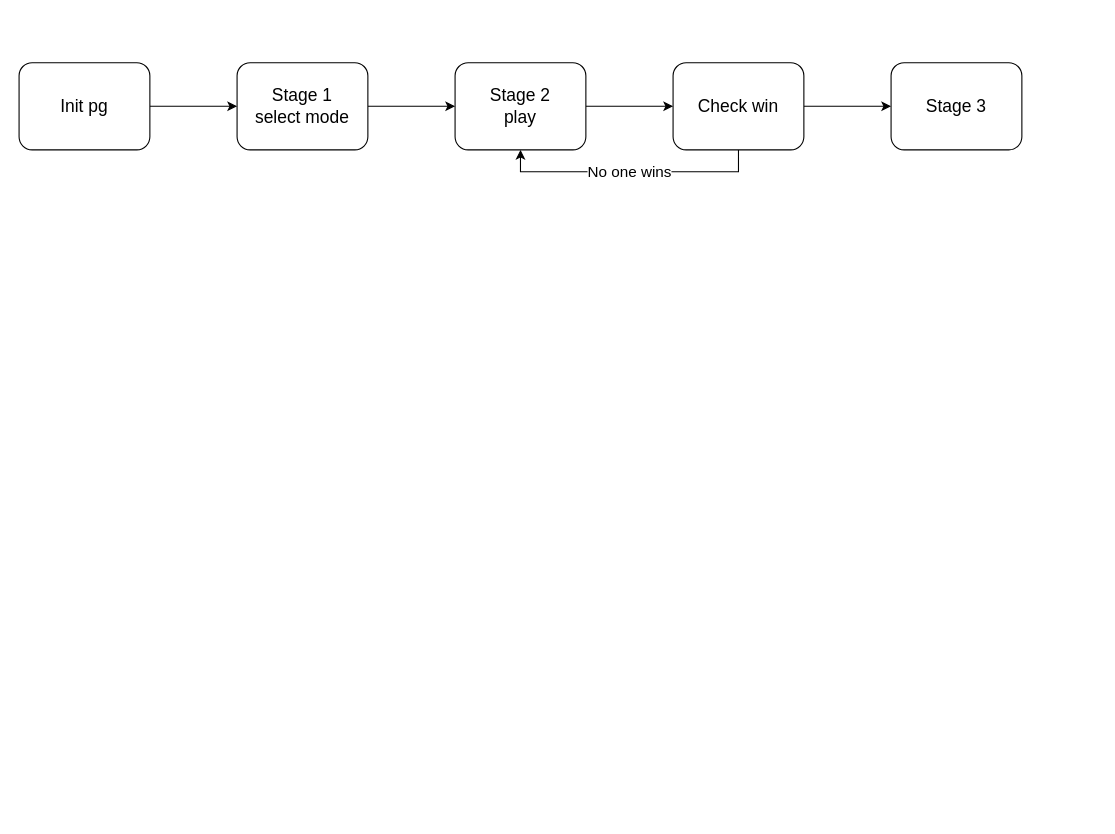
Before: flowchart.drawio in limlleonard/game1_four_in_a_row, a draw.io diagram. Source tidied: cells renumbered, new cells numbered last; positions are measured from the earlier drawing's top-left corner, leaving out a move shared by most shapes. Both pictures are drawn from the tidied source at 109%, with x=0, y=0 at pixel (19, 62).
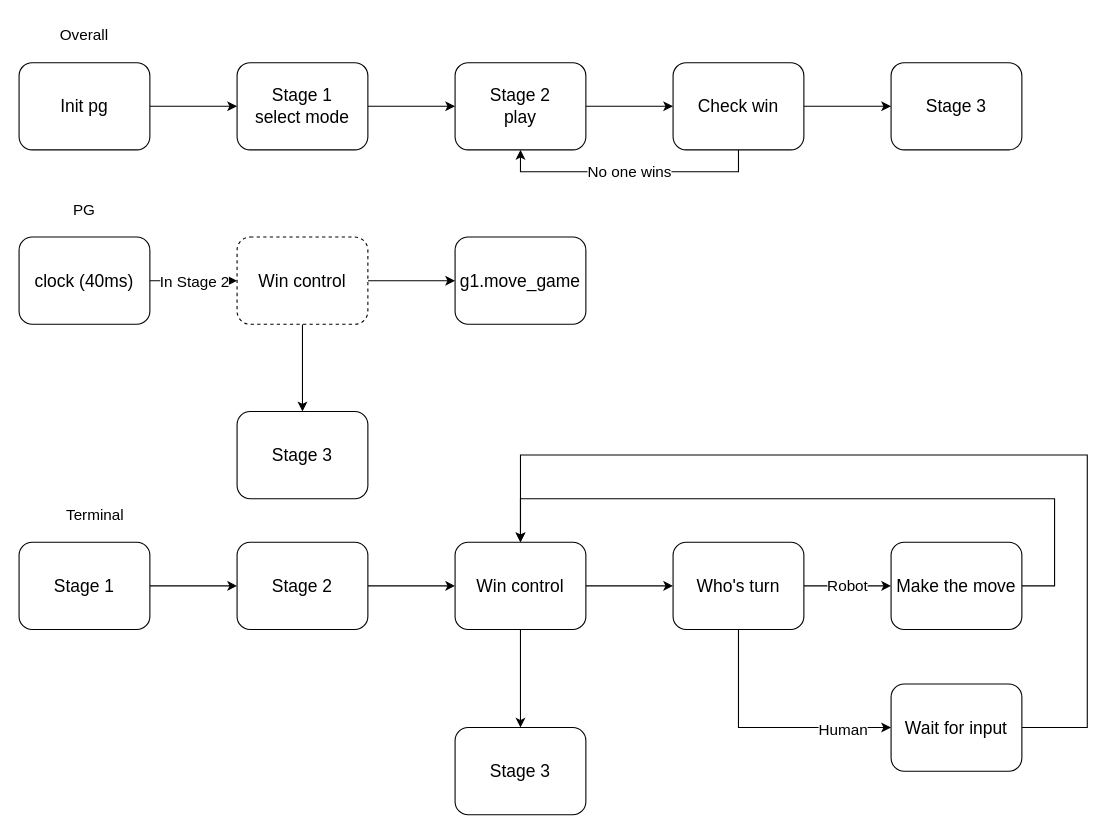
After the change.

Commit message (it also covers changes not shown here):
finish terminal mode

The edit, as a diff of the source:
```diff
@@
+    <mxCell id="12" style="edgeStyle=orthogonalEdgeStyle;rounded=0;jettySize=auto;html=1;" parent="1" edge="1" source="14" target="17">
+      <mxGeometry relative="1" as="geometry" />
+    </mxCell>
+    <mxCell id="13" value="&lt;font style=&quot;font-size: 14px;&quot;&gt;In Stage 2&lt;/font&gt;" style="edgeLabel;html=1;align=center;verticalAlign=middle;" parent="12" vertex="1">
+      <mxGeometry x="0.01" relative="1" as="geometry" />
+    </mxCell>
+    <mxCell id="14" value="&lt;span style=&quot;font-size: 16px;&quot;&gt;clock (40ms)&lt;/span&gt;" style="rounded=1;whiteSpace=wrap;html=1;" parent="1" vertex="1">
+      <mxGeometry y="160" width="120" height="80" as="geometry" />
+    </mxCell>
+    <mxCell id="15" style="edgeStyle=orthogonalEdgeStyle;rounded=0;jettySize=auto;html=1;" parent="1" edge="1" source="17" target="18">
+      <mxGeometry relative="1" as="geometry" />
+    </mxCell>
+    <mxCell id="16" style="edgeStyle=orthogonalEdgeStyle;rounded=0;jettySize=auto;html=1;" parent="1" edge="1" source="17" target="19">
+      <mxGeometry relative="1" as="geometry" />
+    </mxCell>
+    <mxCell id="17" value="&lt;span style=&quot;font-size: 16px;&quot;&gt;Win control&lt;/span&gt;" style="rounded=1;whiteSpace=wrap;html=1;dashed=1;" parent="1" vertex="1">
+      <mxGeometry x="200" y="160" width="120" height="80" as="geometry" />
+    </mxCell>
+    <mxCell id="18" value="&lt;span style=&quot;font-size: 16px;&quot;&gt;g1.move_game&lt;/span&gt;" style="rounded=1;whiteSpace=wrap;html=1;" parent="1" vertex="1">
+      <mxGeometry x="400" y="160" width="120" height="80" as="geometry" />
+    </mxCell>
+    <mxCell id="19" value="&lt;span style=&quot;font-size: 16px;&quot;&gt;Stage 3&lt;/span&gt;" style="rounded=1;whiteSpace=wrap;html=1;" parent="1" vertex="1">
+      <mxGeometry x="200" y="320" width="120" height="80" as="geometry" />
+    </mxCell>
+    <mxCell id="20" style="edgeStyle=orthogonalEdgeStyle;rounded=0;jettySize=auto;html=1;" parent="1" edge="1" source="21" target="26">
+      <mxGeometry relative="1" as="geometry" />
+    </mxCell>
+    <mxCell id="21" value="&lt;span style=&quot;font-size: 16px;&quot;&gt;Stage 1&lt;/span&gt;" style="rounded=1;whiteSpace=wrap;html=1;" parent="1" vertex="1">
+      <mxGeometry y="440" width="120" height="80" as="geometry" />
+    </mxCell>
+    <mxCell id="22" value="&lt;font style=&quot;font-size: 14px;&quot;&gt;Overall&lt;/font&gt;" style="text;html=1;align=center;verticalAlign=middle;whiteSpace=wrap;rounded=0;" parent="1" vertex="1">
+      <mxGeometry x="30" y="-40" width="60" height="30" as="geometry" />
+    </mxCell>
+    <mxCell id="23" value="&lt;font style=&quot;font-size: 14px;&quot;&gt;PG&lt;/font&gt;" style="text;html=1;align=center;verticalAlign=middle;whiteSpace=wrap;rounded=0;" parent="1" vertex="1">
+      <mxGeometry x="30" y="120" width="60" height="30" as="geometry" />
+    </mxCell>
+    <mxCell id="24" value="&lt;font style=&quot;font-size: 14px;&quot;&gt;Terminal&lt;/font&gt;" style="text;html=1;align=center;verticalAlign=middle;whiteSpace=wrap;rounded=0;" parent="1" vertex="1">
+      <mxGeometry x="40" y="400" width="60" height="30" as="geometry" />
+    </mxCell>
+    <mxCell id="25" style="edgeStyle=orthogonalEdgeStyle;rounded=0;jettySize=auto;html=1;" parent="1" edge="1" source="26" target="37">
+      <mxGeometry relative="1" as="geometry" />
+    </mxCell>
+    <mxCell id="26" value="&lt;span style=&quot;font-size: 16px;&quot;&gt;Stage 2&lt;/span&gt;" style="rounded=1;whiteSpace=wrap;html=1;" parent="1" vertex="1">
+      <mxGeometry x="200" y="440" width="120" height="80" as="geometry" />
+    </mxCell>
+    <mxCell id="27" value="&lt;font style=&quot;font-size: 14px;&quot;&gt;Robot&lt;/font&gt;" style="edgeStyle=orthogonalEdgeStyle;rounded=0;jettySize=auto;html=1;" parent="1" edge="1" source="30" target="32">
+      <mxGeometry relative="1" as="geometry" />
+    </mxCell>
+    <mxCell id="28" style="edgeStyle=orthogonalEdgeStyle;rounded=0;jettySize=auto;html=1;exitX=0.5;exitY=1;exitDx=0;exitDy=0;" parent="1" edge="1" source="30" target="34">
+      <mxGeometry relative="1" as="geometry">
+        <Array as="points">
+          <mxPoint x="660" y="610" />
+        </Array>
+      </mxGeometry>
+    </mxCell>
+    <mxCell id="29" value="&lt;font style=&quot;font-size: 14px;&quot;&gt;Human&lt;/font&gt;" style="edgeLabel;html=1;align=center;verticalAlign=middle;" parent="28" vertex="1">
+      <mxGeometry x="0.61" y="-1" relative="1" as="geometry" />
+    </mxCell>
+    <mxCell id="30" value="&lt;span style=&quot;font-size: 16px;&quot;&gt;Who's turn&lt;/span&gt;" style="rounded=1;whiteSpace=wrap;html=1;" parent="1" vertex="1">
+      <mxGeometry x="600" y="440" width="120" height="80" as="geometry" />
+    </mxCell>
+    <mxCell id="31" style="edgeStyle=orthogonalEdgeStyle;rounded=0;jettySize=auto;html=1;exitX=1;exitY=0.5;exitDx=0;exitDy=0;entryX=0.5;entryY=0;entryDx=0;entryDy=0;" parent="1" edge="1" source="32" target="37">
+      <mxGeometry relative="1" as="geometry">
+        <Array as="points">
+          <mxPoint x="950" y="480" />
+          <mxPoint x="950" y="400" />
+          <mxPoint x="460" y="400" />
+        </Array>
+      </mxGeometry>
+    </mxCell>
+    <mxCell id="32" value="&lt;span style=&quot;font-size: 16px;&quot;&gt;Make the move&lt;/span&gt;" style="rounded=1;whiteSpace=wrap;html=1;" parent="1" vertex="1">
+      <mxGeometry x="800" y="440" width="120" height="80" as="geometry" />
+    </mxCell>
+    <mxCell id="33" style="edgeStyle=orthogonalEdgeStyle;rounded=0;jettySize=auto;html=1;exitX=1;exitY=0.5;exitDx=0;exitDy=0;entryX=0.5;entryY=0;entryDx=0;entryDy=0;" parent="1" edge="1" source="34" target="37">
+      <mxGeometry relative="1" as="geometry">
+        <Array as="points">
+          <mxPoint x="980" y="610" />
+          <mxPoint x="980" y="360" />
+          <mxPoint x="460" y="360" />
+        </Array>
+      </mxGeometry>
+    </mxCell>
+    <mxCell id="34" value="&lt;span style=&quot;font-size: 16px;&quot;&gt;Wait for input&lt;/span&gt;" style="rounded=1;whiteSpace=wrap;html=1;" parent="1" vertex="1">
+      <mxGeometry x="800" y="570" width="120" height="80" as="geometry" />
+    </mxCell>
+    <mxCell id="35" style="edgeStyle=orthogonalEdgeStyle;rounded=0;jettySize=auto;html=1;exitX=1;exitY=0.5;exitDx=0;exitDy=0;entryX=0;entryY=0.5;entryDx=0;entryDy=0;" parent="1" edge="1" source="37" target="30">
+      <mxGeometry relative="1" as="geometry" />
+    </mxCell>
+    <mxCell id="36" style="edgeStyle=orthogonalEdgeStyle;rounded=0;jettySize=auto;html=1;" parent="1" edge="1" source="37" target="38">
+      <mxGeometry relative="1" as="geometry" />
+    </mxCell>
+    <mxCell id="37" value="&lt;span style=&quot;font-size: 16px;&quot;&gt;Win control&lt;/span&gt;" style="rounded=1;whiteSpace=wrap;html=1;" parent="1" vertex="1">
+      <mxGeometry x="400" y="440" width="120" height="80" as="geometry" />
+    </mxCell>
+    <mxCell id="38" value="&lt;span style=&quot;font-size: 16px;&quot;&gt;Stage 3&lt;/span&gt;" style="rounded=1;whiteSpace=wrap;html=1;" parent="1" vertex="1">
+      <mxGeometry x="400" y="610" width="120" height="80" as="geometry" />
+    </mxCell>
```
